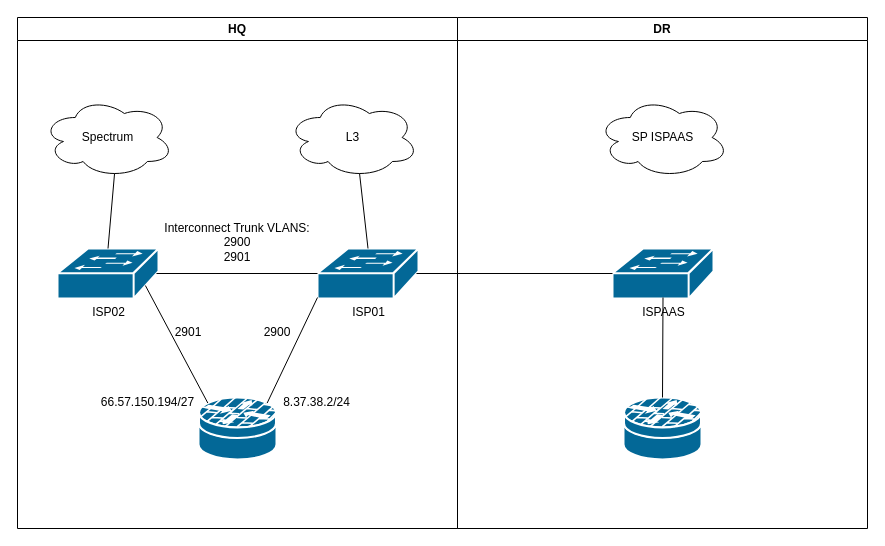
This is EXT_HA.drawio from adamrt918/Diagram, a draw.io file, before an edit. Source tidied: cells renumbered, new cells numbered last; positions are measured from the earlier drawing's top-left corner, leaving out a move shared by most shapes. Both pictures are drawn from the tidied source at 100%, with x=0, y=0 at pixel (17, 17).
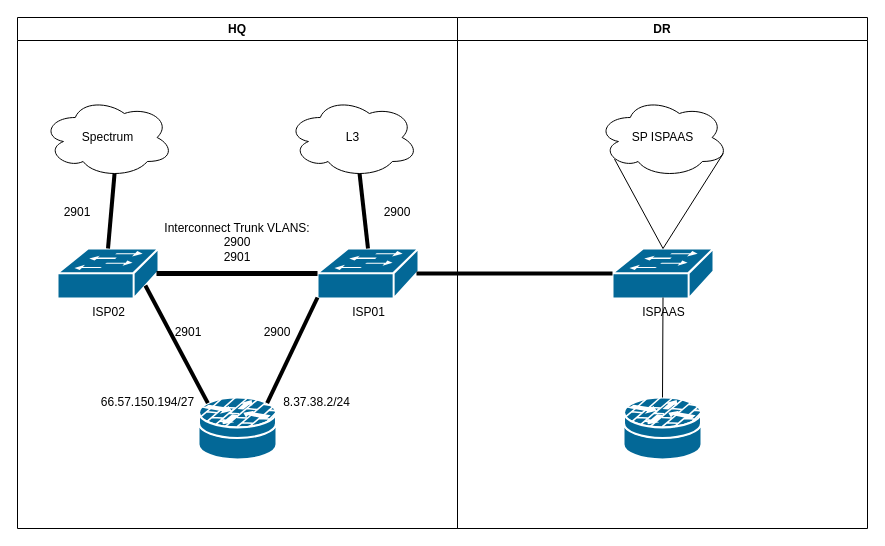
Above is the later version.

The change refers to these unchanged cells:
```xml
<mxCell id="2" value="HQ" style="swimlane;whiteSpace=wrap;html=1;" parent="1" vertex="1">
  <mxGeometry width="440" height="511" as="geometry" />
</mxCell>
<mxCell id="3" style="shape=mxgraph.cisco.security.router_firewall;sketch=0;html=1;dashed=0;fillColor=#036897;strokeColor=#ffffff;strokeWidth=2;verticalLabelPosition=bottom;verticalAlign=top;align=center;outlineConnect=0;" parent="2" vertex="1">
  <mxGeometry x="181" y="380" width="78" height="62" as="geometry" />
</mxCell>
<mxCell id="4" value="ISP02" style="shape=mxgraph.cisco.switches.workgroup_switch;sketch=0;html=1;dashed=0;fillColor=#036897;strokeColor=#ffffff;strokeWidth=2;verticalLabelPosition=bottom;verticalAlign=top;align=center;outlineConnect=0;" parent="2" vertex="1">
  <mxGeometry x="40" y="231" width="101" height="50" as="geometry" />
</mxCell>
<mxCell id="5" value="ISP01" style="shape=mxgraph.cisco.switches.workgroup_switch;sketch=0;html=1;dashed=0;fillColor=#036897;strokeColor=#ffffff;strokeWidth=2;verticalLabelPosition=bottom;verticalAlign=top;align=center;outlineConnect=0;" parent="2" vertex="1">
  <mxGeometry x="300" y="231" width="101" height="50" as="geometry" />
</mxCell>
<mxCell id="6" value="Spectrum" style="ellipse;shape=cloud;whiteSpace=wrap;html=1;" parent="2" vertex="1">
  <mxGeometry x="25" y="80" width="131" height="80" as="geometry" />
</mxCell>
<mxCell id="7" value="L3" style="ellipse;shape=cloud;whiteSpace=wrap;html=1;" parent="2" vertex="1">
  <mxGeometry x="270" y="80" width="131" height="80" as="geometry" />
</mxCell>
<mxCell id="18" value="DR" style="swimlane;whiteSpace=wrap;html=1;" parent="1" vertex="1">
  <mxGeometry x="440" width="410" height="511" as="geometry" />
</mxCell>
<mxCell id="20" value="ISPAAS" style="shape=mxgraph.cisco.switches.workgroup_switch;sketch=0;html=1;dashed=0;fillColor=#036897;strokeColor=#ffffff;strokeWidth=2;verticalLabelPosition=bottom;verticalAlign=top;align=center;outlineConnect=0;" parent="18" vertex="1">
  <mxGeometry x="155" y="231" width="101" height="50" as="geometry" />
</mxCell>
<mxCell id="21" value="SP ISPAAS" style="ellipse;shape=cloud;whiteSpace=wrap;html=1;" parent="18" vertex="1">
  <mxGeometry x="140" y="80" width="131" height="80" as="geometry" />
</mxCell>
```

What changed in the source:
```diff
@@
-    <mxCell id="8" style="endArrow=none;html=1;rounded=0;entryX=0.55;entryY=0.95;entryDx=0;entryDy=0;entryPerimeter=0;exitX=0.5;exitY=0;exitDx=0;exitDy=0;exitPerimeter=0;" parent="2" edge="1" source="4" target="6">
+    <mxCell id="8" style="endArrow=none;html=1;rounded=0;entryX=0.55;entryY=0.95;entryDx=0;entryDy=0;entryPerimeter=0;exitX=0.5;exitY=0;exitDx=0;exitDy=0;exitPerimeter=0;strokeWidth=4;strokeColor=light-dark(#000000,#FFFF66);" parent="2" edge="1" source="4" target="6">
       <mxGeometry relative="1" as="geometry" />
     </mxCell>
-    <mxCell id="9" style="endArrow=none;html=1;rounded=0;entryX=0.55;entryY=0.95;entryDx=0;entryDy=0;entryPerimeter=0;exitX=0.5;exitY=0;exitDx=0;exitDy=0;exitPerimeter=0;" parent="2" edge="1" source="5" target="7">
+    <mxCell id="9" style="endArrow=none;html=1;rounded=0;entryX=0.55;entryY=0.95;entryDx=0;entryDy=0;entryPerimeter=0;exitX=0.5;exitY=0;exitDx=0;exitDy=0;exitPerimeter=0;strokeWidth=4;strokeColor=light-dark(#000000,#66FF66);" parent="2" edge="1" source="5" target="7">
       <mxGeometry relative="1" as="geometry" />
     </mxCell>
-    <mxCell id="10" style="endArrow=none;html=1;rounded=0;exitX=0.98;exitY=0.5;exitDx=0;exitDy=0;exitPerimeter=0;entryX=0;entryY=0.5;entryDx=0;entryDy=0;entryPerimeter=0;" parent="2" edge="1" source="4" target="5">
+    <mxCell id="10" style="endArrow=none;html=1;rounded=0;exitX=0.98;exitY=0.5;exitDx=0;exitDy=0;exitPerimeter=0;entryX=0;entryY=0.5;entryDx=0;entryDy=0;entryPerimeter=0;strokeColor=light-dark(#000000,#66FFFF);strokeWidth=5;" parent="2" edge="1" source="4" target="5">
       <mxGeometry relative="1" as="geometry" />
     </mxCell>
-    <mxCell id="11" style="endArrow=none;html=1;rounded=0;entryX=0.87;entryY=0.74;entryDx=0;entryDy=0;entryPerimeter=0;exitX=0.12;exitY=0.09;exitDx=0;exitDy=0;exitPerimeter=0;" parent="2" edge="1" source="3" target="4">
+    <mxCell id="11" style="endArrow=none;html=1;rounded=0;entryX=0.87;entryY=0.74;entryDx=0;entryDy=0;entryPerimeter=0;exitX=0.12;exitY=0.09;exitDx=0;exitDy=0;exitPerimeter=0;strokeColor=light-dark(#000000,#FFFF66);strokeWidth=4;" parent="2" edge="1" source="3" target="4">
       <mxGeometry relative="1" as="geometry" />
     </mxCell>
-    <mxCell id="12" style="endArrow=none;html=1;rounded=0;entryX=0;entryY=0.98;entryDx=0;entryDy=0;entryPerimeter=0;exitX=0.88;exitY=0.09;exitDx=0;exitDy=0;exitPerimeter=0;" parent="2" edge="1" source="3" target="5">
+    <mxCell id="12" style="endArrow=none;html=1;rounded=0;entryX=0;entryY=0.98;entryDx=0;entryDy=0;entryPerimeter=0;exitX=0.88;exitY=0.09;exitDx=0;exitDy=0;exitPerimeter=0;strokeColor=light-dark(#000000,#66FF66);strokeWidth=4;" parent="2" edge="1" source="3" target="5">
       <mxGeometry relative="1" as="geometry" />
     </mxCell>
@@
+    <mxCell id="24" value="2901" style="text;html=1;align=center;verticalAlign=middle;whiteSpace=wrap;rounded=0;" parent="2" vertex="1">
+      <mxGeometry x="30" y="180" width="60" height="30" as="geometry" />
+    </mxCell>
+    <mxCell id="25" value="2900" style="text;html=1;align=center;verticalAlign=middle;whiteSpace=wrap;rounded=0;" parent="2" vertex="1">
+      <mxGeometry x="350" y="180" width="60" height="30" as="geometry" />
+    </mxCell>
@@
+    <mxCell id="26" style="endArrow=none;html=1;rounded=0;entryX=0.13;entryY=0.77;entryDx=0;entryDy=0;entryPerimeter=0;exitX=0.5;exitY=0;exitDx=0;exitDy=0;exitPerimeter=0;" parent="18" edge="1" source="20" target="21">
+      <mxGeometry relative="1" as="geometry" />
+    </mxCell>
+    <mxCell id="27" style="endArrow=none;html=1;rounded=0;entryX=0.96;entryY=0.7;entryDx=0;entryDy=0;entryPerimeter=0;exitX=0.5;exitY=0;exitDx=0;exitDy=0;exitPerimeter=0;" parent="18" edge="1" source="20" target="21">
+      <mxGeometry relative="1" as="geometry" />
+    </mxCell>
-    <mxCell id="23" style="endArrow=none;html=1;rounded=0;entryX=0;entryY=0.5;entryDx=0;entryDy=0;entryPerimeter=0;exitX=0.98;exitY=0.5;exitDx=0;exitDy=0;exitPerimeter=0;" parent="1" edge="1" source="5" target="20">
+    <mxCell id="23" style="endArrow=none;html=1;rounded=0;entryX=0;entryY=0.5;entryDx=0;entryDy=0;entryPerimeter=0;exitX=0.98;exitY=0.5;exitDx=0;exitDy=0;exitPerimeter=0;strokeWidth=4;" parent="1" edge="1" source="5" target="20">
       <mxGeometry relative="1" as="geometry" />
     </mxCell>
```
